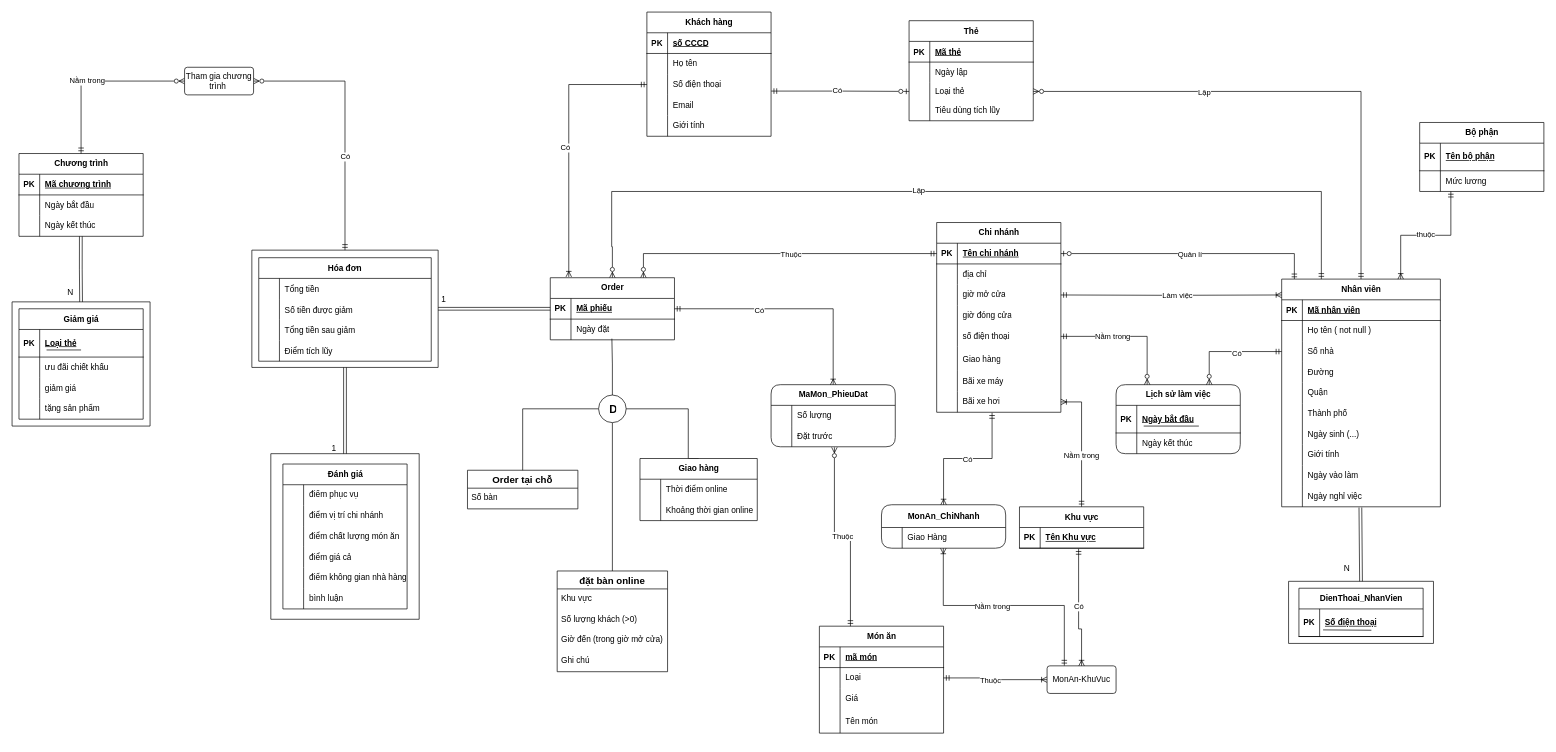
Above: ER-SecondHalf.drawio in botbienn/Do-an-sushi-CSDL-22-1-nhom-10 (draw.io), before the change. Source tidied: cells renumbered, new cells numbered last; positions are measured from the earlier drawing's top-left corner, leaving out a move shared by most shapes. Both pictures are drawn from the tidied source at 69%, with x=0, y=0 at pixel (12, 12).
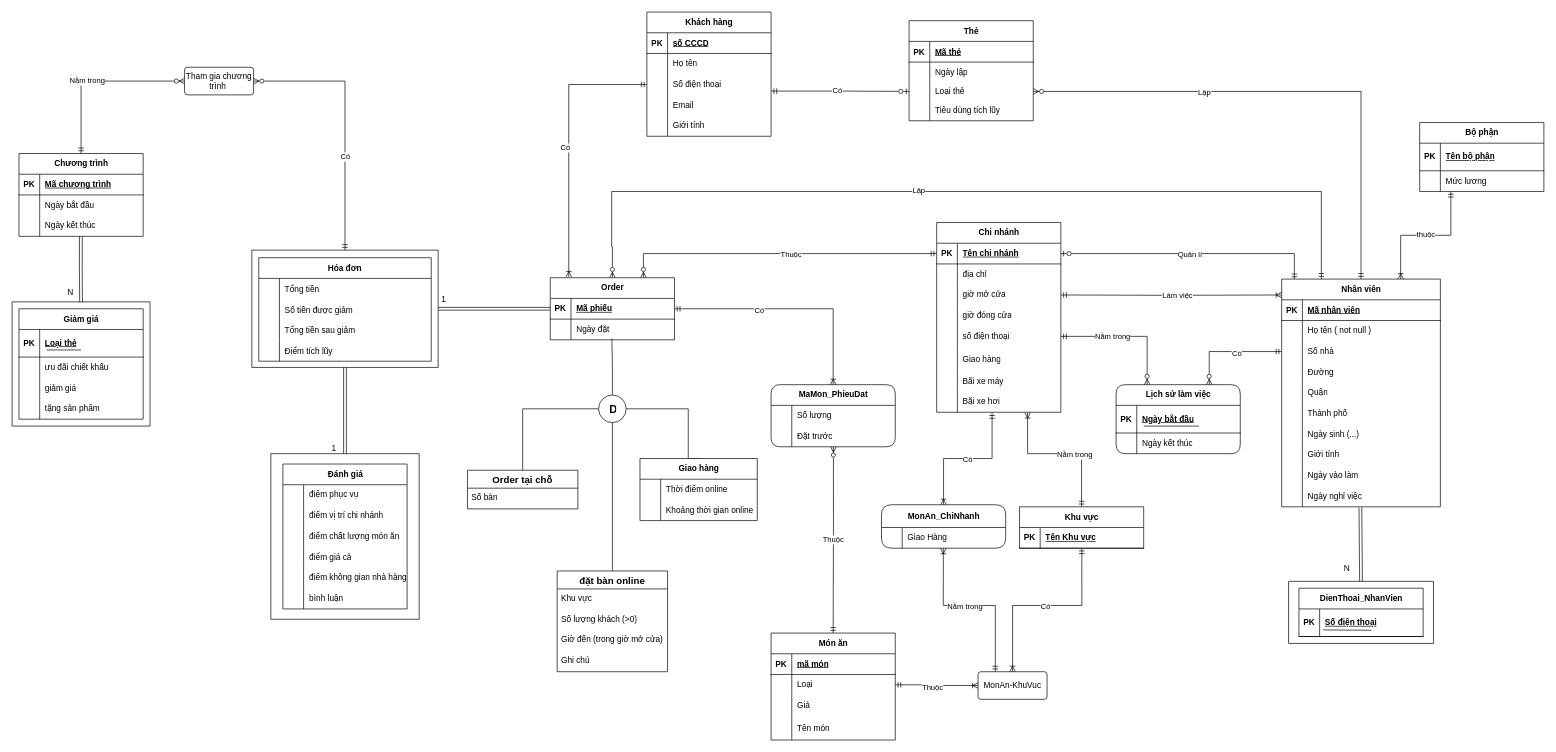
After the change.

The change refers to these unchanged cells:
```xml
<mxCell id="79" style="shape=tableRow;horizontal=0;startSize=0;swimlaneHead=0;swimlaneBody=0;fillColor=none;points=[[0,0.5],[1,0.5]];portConstraint=eastwest;top=0;left=0;right=0;bottom=0;" parent="57" vertex="1">
  <mxGeometry y="245" width="180" height="30" as="geometry" />
</mxCell>
<mxCell id="87" style="shape=tableRow;horizontal=0;startSize=0;swimlaneHead=0;swimlaneBody=0;fillColor=none;points=[[0,0.5],[1,0.5]];portConstraint=eastwest;top=0;left=0;right=0;bottom=0;" parent="83" vertex="1">
  <mxGeometry y="60" width="180" height="30" as="geometry" />
</mxCell>
<mxCell id="165" style="shape=tableRow;horizontal=0;startSize=0;swimlaneHead=0;swimlaneBody=0;fillColor=none;points=[[0,0.5],[1,0.5]];portConstraint=eastwest;top=0;left=0;right=0;bottom=0;" parent="164" vertex="1">
  <mxGeometry y="33" width="180" height="30" as="geometry" />
</mxCell>
<mxCell id="234" value="Khu vực" style="shape=table;startSize=30;childLayout=tableLayout;rowLines=0;fontStyle=1;align=center;html=1;" parent="1" vertex="1">
  <mxGeometry x="1460" y="717" width="180" height="60" as="geometry" />
</mxCell>
<mxCell id="235" style="shape=tableRow;horizontal=0;startSize=0;swimlaneHead=0;swimlaneBody=0;fillColor=none;points=[[0,0.5],[1,0.5]];portConstraint=eastwest;top=0;left=0;right=0;bottom=1;" parent="234" vertex="1">
  <mxGeometry y="30" width="180" height="30" as="geometry" />
</mxCell>
```

What changed in the source:
```diff
@@
     <mxCell id="2" value="Món ăn" style="shape=table;startSize=30;childLayout=tableLayout;rowLines=0;fontStyle=1;align=center;html=1;" parent="1" vertex="1">
-      <mxGeometry x="1170" y="890" width="180" height="155" as="geometry" />
+      <mxGeometry x="1100" y="900" width="180" height="155" as="geometry" />
     </mxCell>
@@
-    <mxCell id="82" value="Thuộc" style="edgeStyle=orthogonalEdgeStyle;rounded=0;jettySize=auto;html=1;endArrow=ERmandOne;endFill=0;startArrow=ERzeroToMany;startFill=0;exitX=0.51;exitY=1.027;exitDx=0;exitDy=0;exitPerimeter=0;entryX=0.25;entryY=0;entryDx=0;entryDy=0;" parent="1" edge="1" source="87" target="2">
+    <mxCell id="82" value="Thuộc" style="edgeStyle=orthogonalEdgeStyle;rounded=0;jettySize=auto;html=1;endArrow=ERmandOne;endFill=0;startArrow=ERzeroToMany;startFill=0;exitX=0.502;exitY=1.001;exitDx=0;exitDy=0;exitPerimeter=0;entryX=0.5;entryY=0;entryDx=0;entryDy=0;" parent="1" edge="1" source="87" target="2">
       <mxGeometry relative="1" as="geometry">
         <Array as="points">
-          <mxPoint x="1192" y="760" />
-          <mxPoint x="1215" y="760" />
+          <mxPoint x="1190" y="760" />
+          <mxPoint x="1190" y="860" />
         </Array>
       </mxGeometry>
     </mxCell>
@@
     <mxCell id="170" style="edgeStyle=orthogonalEdgeStyle;fontSize=12;html=1;endArrow=ERoneToMany;startArrow=ERmandOne;rounded=0;entryX=0.498;entryY=1.001;entryDx=0;entryDy=0;exitX=0.25;exitY=0;exitDx=0;exitDy=0;entryPerimeter=0;startFill=0;endFill=0;" parent="1" edge="1" source="240" target="165">
       <mxGeometry relative="1" as="geometry">
         <Array as="points">
-          <mxPoint x="1525" y="860" />
+          <mxPoint x="1425" y="860" />
           <mxPoint x="1350" y="860" />
         </Array>
       </mxGeometry>
     </mxCell>
@@
     <mxCell id="240" value="MonAn-KhuVuc" style="rounded=1;arcSize=10;whiteSpace=wrap;html=1;align=center;" parent="1" vertex="1">
-      <mxGeometry x="1500" y="947.5" width="100" height="40" as="geometry" />
+      <mxGeometry x="1400" y="956" width="100" height="40" as="geometry" />
     </mxCell>
-    <mxCell id="241" style="edgeStyle=orthogonalEdgeStyle;fontSize=12;html=1;endArrow=ERoneToMany;startArrow=ERmandOne;rounded=0;exitX=0.476;exitY=1.025;exitDx=0;exitDy=0;endFill=0;entryX=0.5;entryY=0;entryDx=0;entryDy=0;exitPerimeter=0;" parent="1" edge="1" source="235" target="240">
+    <mxCell id="241" style="edgeStyle=orthogonalEdgeStyle;fontSize=12;html=1;endArrow=ERoneToMany;startArrow=ERmandOne;rounded=0;endFill=0;entryX=0.5;entryY=0;entryDx=0;entryDy=0;exitX=0.502;exitY=0.996;exitDx=0;exitDy=0;exitPerimeter=0;" parent="1" edge="1" source="235" target="240">
       <mxGeometry relative="1" as="geometry">
         <Array as="points">
-          <mxPoint x="1546" y="894" />
-          <mxPoint x="1550" y="894" />
+          <mxPoint x="1550" y="860" />
+          <mxPoint x="1450" y="860" />
         </Array>
       </mxGeometry>
     </mxCell>
@@
-    <mxCell id="243" style="edgeStyle=orthogonalEdgeStyle;fontSize=12;html=1;endArrow=ERmandOne;startArrow=ERoneToMany;rounded=0;entryX=0.5;entryY=0;entryDx=0;entryDy=0;exitX=1;exitY=0.5;exitDx=0;exitDy=0;endFill=0;startFill=0;" parent="1" edge="1" source="79" target="234">
+    <mxCell id="243" style="edgeStyle=orthogonalEdgeStyle;fontSize=12;html=1;endArrow=ERmandOne;startArrow=ERoneToMany;rounded=0;entryX=0.5;entryY=0;entryDx=0;entryDy=0;exitX=0.732;exitY=1.014;exitDx=0;exitDy=0;endFill=0;startFill=0;exitPerimeter=0;" parent="1" edge="1" source="79" target="234">
       <mxGeometry relative="1" as="geometry">
         <Array as="points">
-          <mxPoint x="1550" y="565" />
+          <mxPoint x="1472" y="640" />
+          <mxPoint x="1550" y="640" />
         </Array>
       </mxGeometry>
     </mxCell>
```
